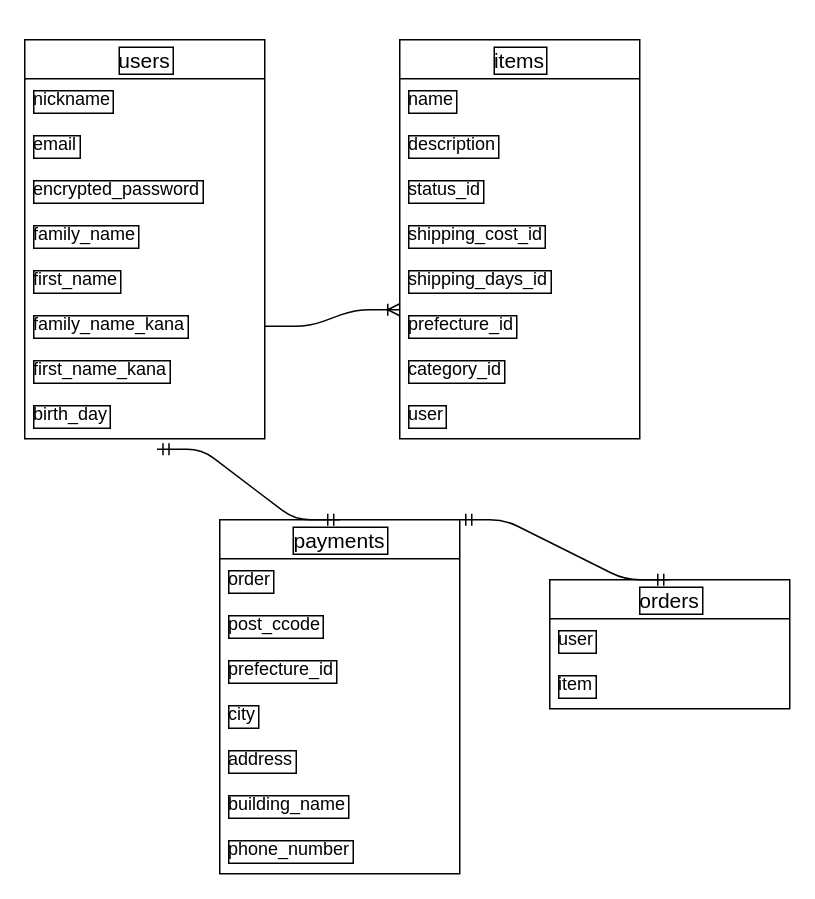
Above: furima.dio in harakoryunosuke/furima-37751 (draw.io), before the change. Source tidied: cells renumbered, new cells numbered last; positions are measured from the earlier drawing's top-left corner, leaving out a move shared by most shapes. Both pictures are drawn from the tidied source at 150%, with x=0, y=0 at pixel (24, 39).
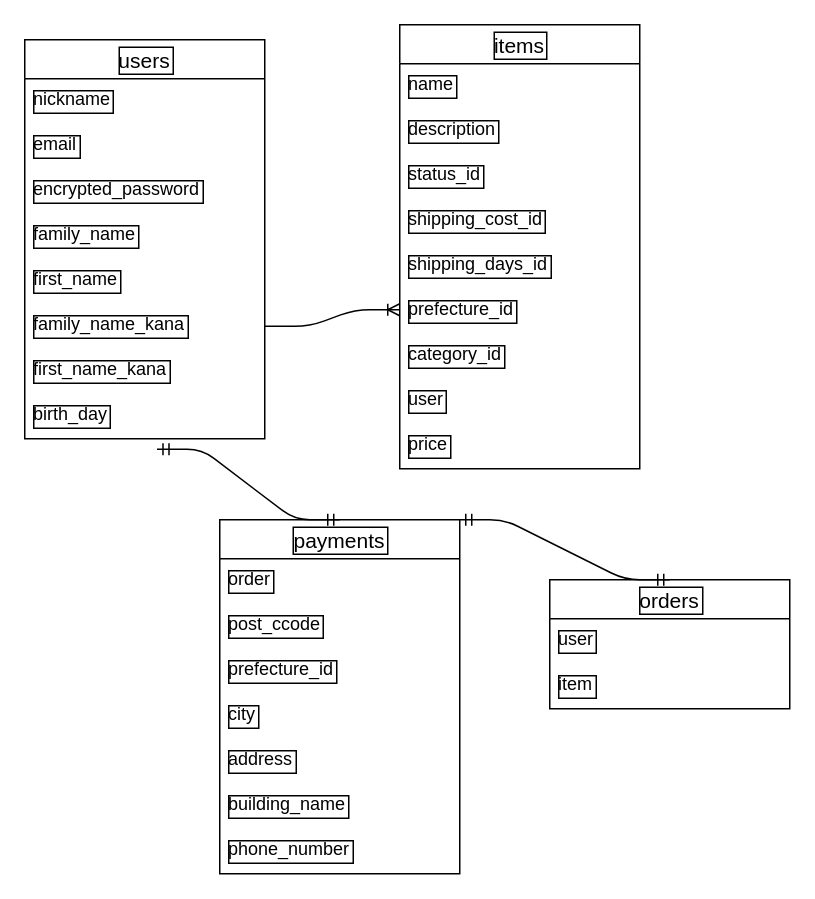
The same page after the edit.

Diff of the diagram source:
```diff
@@
     <mxCell id="11" value="items" style="swimlane;fontStyle=0;horizontal=1;startSize=26;align=center;fontSize=14;labelBorderColor=default;" parent="1" vertex="1">
-      <mxGeometry x="250" width="160" height="266" as="geometry" />
+      <mxGeometry x="250" y="-10" width="160" height="296" as="geometry" />
     </mxCell>
@@
+    <mxCell id="34" value="price" style="text;strokeColor=none;fillColor=none;spacingLeft=4;spacingRight=4;overflow=hidden;fontSize=12;labelBorderColor=default;" parent="11" vertex="1">
+      <mxGeometry y="266" width="160" height="30" as="geometry" />
+    </mxCell>
```
